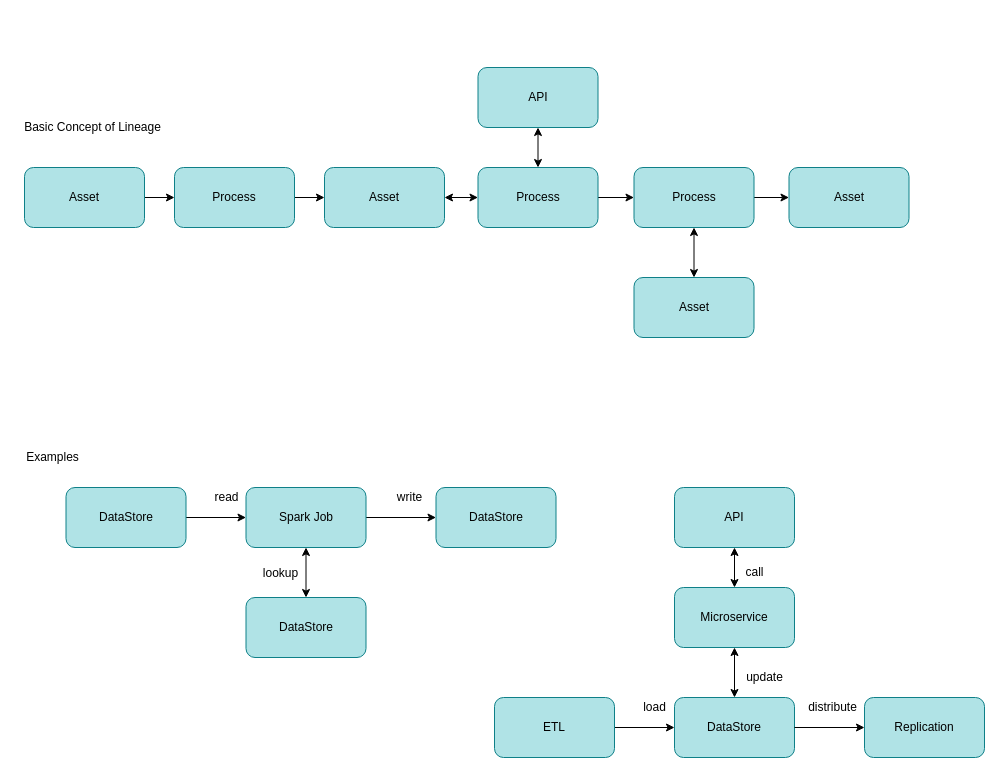
Before: page "basic-concept-of-lineage" (1 of 12) of open-metadata-publication/website/lineage/lineage.drawio in odpi/egeria, a draw.io diagram. Source tidied: cells renumbered, new cells numbered last; positions are measured from the earlier drawing's top-left corner, leaving out a move shared by most shapes. Both pictures are drawn from the tidied source at 100%, with x=0, y=0 at pixel (17, 67).
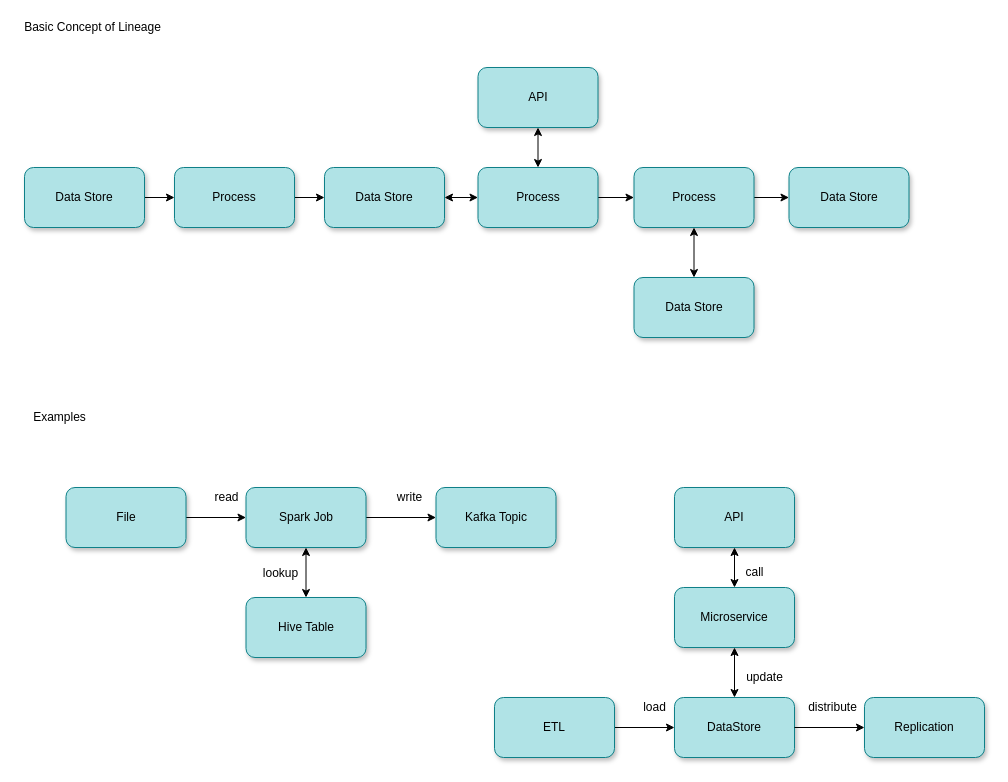
After the change.

Change to the diagram source:
```diff
@@
-    <mxCell id="3" value="Asset" style="rounded=1;whiteSpace=wrap;html=1;fillColor=#b0e3e6;strokeColor=#0e8088;" parent="1" vertex="1">
+    <mxCell id="3" value="Data Store" style="rounded=1;whiteSpace=wrap;html=1;fillColor=#b0e3e6;strokeColor=#0e8088;shadow=1;" parent="1" vertex="1">
       <mxGeometry x="7" y="100" width="120" height="60" as="geometry" />
     </mxCell>
@@
-    <mxCell id="5" value="Process" style="rounded=1;whiteSpace=wrap;html=1;fillColor=#b0e3e6;strokeColor=#0e8088;" parent="1" vertex="1">
+    <mxCell id="5" value="Process" style="rounded=1;whiteSpace=wrap;html=1;fillColor=#b0e3e6;strokeColor=#0e8088;shadow=1;" parent="1" vertex="1">
       <mxGeometry x="157" y="100" width="120" height="60" as="geometry" />
     </mxCell>
@@
-    <mxCell id="7" value="Asset" style="rounded=1;whiteSpace=wrap;html=1;fillColor=#b0e3e6;strokeColor=#0e8088;" parent="1" vertex="1">
+    <mxCell id="7" value="Data Store" style="rounded=1;whiteSpace=wrap;html=1;fillColor=#b0e3e6;strokeColor=#0e8088;shadow=1;" parent="1" vertex="1">
       <mxGeometry x="307" y="100" width="120" height="60" as="geometry" />
     </mxCell>
     <mxCell id="8" value="Basic Concept of Lineage" style="text;html=1;align=center;verticalAlign=middle;" parent="1" vertex="1">
-      <mxGeometry y="50" width="150" height="20" as="geometry" />
+      <mxGeometry y="-50" width="150" height="20" as="geometry" />
     </mxCell>
@@
-    <mxCell id="10" value="DataStore" style="rounded=1;whiteSpace=wrap;html=1;fillColor=#b0e3e6;strokeColor=#0e8088;" parent="1" vertex="1">
+    <mxCell id="10" value="File" style="rounded=1;whiteSpace=wrap;html=1;fillColor=#b0e3e6;strokeColor=#0e8088;shadow=1;" parent="1" vertex="1">
       <mxGeometry x="48.5" y="420" width="120" height="60" as="geometry" />
     </mxCell>
@@
-    <mxCell id="13" value="Spark Job" style="rounded=1;whiteSpace=wrap;html=1;fillColor=#b0e3e6;strokeColor=#0e8088;" parent="1" vertex="1">
+    <mxCell id="13" value="Spark Job" style="rounded=1;whiteSpace=wrap;html=1;fillColor=#b0e3e6;strokeColor=#0e8088;shadow=1;" parent="1" vertex="1">
       <mxGeometry x="228.5" y="420" width="120" height="60" as="geometry" />
     </mxCell>
-    <mxCell id="14" value="DataStore" style="rounded=1;whiteSpace=wrap;html=1;fillColor=#b0e3e6;strokeColor=#0e8088;" parent="1" vertex="1">
+    <mxCell id="14" value="Kafka Topic" style="rounded=1;whiteSpace=wrap;html=1;fillColor=#b0e3e6;strokeColor=#0e8088;shadow=1;" parent="1" vertex="1">
       <mxGeometry x="418.5" y="420" width="120" height="60" as="geometry" />
     </mxCell>
-    <mxCell id="15" value="DataStore" style="rounded=1;whiteSpace=wrap;html=1;fillColor=#b0e3e6;strokeColor=#0e8088;" parent="1" vertex="1">
+    <mxCell id="15" value="Hive Table" style="rounded=1;whiteSpace=wrap;html=1;fillColor=#b0e3e6;strokeColor=#0e8088;shadow=1;" parent="1" vertex="1">
       <mxGeometry x="228.5" y="530" width="120" height="60" as="geometry" />
     </mxCell>
@@
-    <mxCell id="17" value="API" style="rounded=1;whiteSpace=wrap;html=1;fillColor=#b0e3e6;strokeColor=#0e8088;" parent="1" vertex="1">
+    <mxCell id="17" value="API" style="rounded=1;whiteSpace=wrap;html=1;fillColor=#b0e3e6;strokeColor=#0e8088;shadow=1;" parent="1" vertex="1">
       <mxGeometry x="657" y="420" width="120" height="60" as="geometry" />
     </mxCell>
@@
-    <mxCell id="19" value="Microservice" style="rounded=1;whiteSpace=wrap;html=1;fillColor=#b0e3e6;strokeColor=#0e8088;" parent="1" vertex="1">
+    <mxCell id="19" value="Microservice" style="rounded=1;whiteSpace=wrap;html=1;fillColor=#b0e3e6;strokeColor=#0e8088;shadow=1;" parent="1" vertex="1">
       <mxGeometry x="657" y="520" width="120" height="60" as="geometry" />
     </mxCell>
-    <mxCell id="20" value="DataStore" style="rounded=1;whiteSpace=wrap;html=1;fillColor=#b0e3e6;strokeColor=#0e8088;" parent="1" vertex="1">
+    <mxCell id="20" value="DataStore" style="rounded=1;whiteSpace=wrap;html=1;fillColor=#b0e3e6;strokeColor=#0e8088;shadow=1;" parent="1" vertex="1">
       <mxGeometry x="657" y="630" width="120" height="60" as="geometry" />
     </mxCell>
@@
-    <mxCell id="22" value="ETL" style="rounded=1;whiteSpace=wrap;html=1;fillColor=#b0e3e6;strokeColor=#0e8088;" parent="1" vertex="1">
+    <mxCell id="22" value="ETL" style="rounded=1;whiteSpace=wrap;html=1;fillColor=#b0e3e6;strokeColor=#0e8088;shadow=1;" parent="1" vertex="1">
       <mxGeometry x="477" y="630" width="120" height="60" as="geometry" />
     </mxCell>
@@
-    <mxCell id="24" value="Replication" style="rounded=1;whiteSpace=wrap;html=1;fillColor=#b0e3e6;strokeColor=#0e8088;" parent="1" vertex="1">
+    <mxCell id="24" value="Replication" style="rounded=1;whiteSpace=wrap;html=1;fillColor=#b0e3e6;strokeColor=#0e8088;shadow=1;" parent="1" vertex="1">
       <mxGeometry x="847" y="630" width="120" height="60" as="geometry" />
     </mxCell>
@@
-    <mxCell id="26" value="Process" style="rounded=1;whiteSpace=wrap;html=1;fillColor=#b0e3e6;strokeColor=#0e8088;" parent="1" vertex="1">
+    <mxCell id="26" value="Process" style="rounded=1;whiteSpace=wrap;html=1;fillColor=#b0e3e6;strokeColor=#0e8088;shadow=1;" parent="1" vertex="1">
       <mxGeometry x="460.5" y="100" width="120" height="60" as="geometry" />
     </mxCell>
@@
-    <mxCell id="29" value="Process" style="rounded=1;whiteSpace=wrap;html=1;fillColor=#b0e3e6;strokeColor=#0e8088;" parent="1" vertex="1">
+    <mxCell id="29" value="Process" style="rounded=1;whiteSpace=wrap;html=1;fillColor=#b0e3e6;strokeColor=#0e8088;shadow=1;" parent="1" vertex="1">
       <mxGeometry x="616.5" y="100" width="120" height="60" as="geometry" />
     </mxCell>
-    <mxCell id="30" value="Asset" style="rounded=1;whiteSpace=wrap;html=1;fillColor=#b0e3e6;strokeColor=#0e8088;" parent="1" vertex="1">
+    <mxCell id="30" value="Data Store" style="rounded=1;whiteSpace=wrap;html=1;fillColor=#b0e3e6;strokeColor=#0e8088;shadow=1;" parent="1" vertex="1">
       <mxGeometry x="771.5" y="100" width="120" height="60" as="geometry" />
     </mxCell>
@@
-    <mxCell id="32" value="API" style="rounded=1;whiteSpace=wrap;html=1;fillColor=#b0e3e6;strokeColor=#0e8088;" parent="1" vertex="1">
+    <mxCell id="32" value="API" style="rounded=1;whiteSpace=wrap;html=1;fillColor=#b0e3e6;strokeColor=#0e8088;shadow=1;" parent="1" vertex="1">
       <mxGeometry x="460.5" width="120" height="60" as="geometry" />
     </mxCell>
-    <mxCell id="33" value="Asset" style="rounded=1;whiteSpace=wrap;html=1;fillColor=#b0e3e6;strokeColor=#0e8088;" parent="1" vertex="1">
+    <mxCell id="33" value="Data Store" style="rounded=1;whiteSpace=wrap;html=1;fillColor=#b0e3e6;strokeColor=#0e8088;shadow=1;" parent="1" vertex="1">
       <mxGeometry x="616.5" y="210" width="120" height="60" as="geometry" />
     </mxCell>
@@
     <mxCell id="37" value="Examples" style="text;html=1;align=center;verticalAlign=middle;" parent="1" vertex="1">
-      <mxGeometry y="380" width="70" height="20" as="geometry" />
+      <mxGeometry x="7" y="340" width="70" height="20" as="geometry" />
     </mxCell>
```
